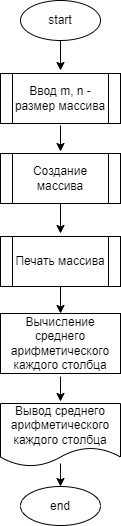
The draw.io diagram HW9/Ex68/diagram.drawio.png in SboevaTatiana/HW_1, before a commit. Source tidied: cells renumbered, new cells last; positions are measured from the earlier drawing's top-left corner, leaving out a move shared by most shapes. Source of this version:
```xml
<mxGraphModel>
  <root>
    <mxCell id="0" />
    <mxCell id="1" parent="0" />
    <mxCell id="2" style="edgeStyle=orthogonalEdgeStyle;rounded=0;jettySize=auto;html=1;" parent="1" edge="1" source="3">
      <mxGeometry relative="1" as="geometry">
        <mxPoint x="60" y="70" as="targetPoint" />
      </mxGeometry>
    </mxCell>
    <mxCell id="3" value="start" style="ellipse;whiteSpace=wrap;html=1;" parent="1" vertex="1">
      <mxGeometry x="20" width="80" height="40" as="geometry" />
    </mxCell>
    <mxCell id="4" style="edgeStyle=orthogonalEdgeStyle;rounded=0;orthogonalLoop=1;jettySize=auto;html=1;" parent="1" edge="1">
      <mxGeometry relative="1" as="geometry">
        <mxPoint x="60" y="125" as="sourcePoint" />
        <mxPoint x="60" y="151" as="targetPoint" />
      </mxGeometry>
    </mxCell>
    <mxCell id="5" style="edgeStyle=orthogonalEdgeStyle;rounded=0;jettySize=auto;html=1;" parent="1" edge="1" target="6">
      <mxGeometry relative="1" as="geometry">
        <mxPoint x="60" y="463" as="sourcePoint" />
        <Array as="points">
          <mxPoint x="60" y="473" />
          <mxPoint x="60" y="473" />
        </Array>
      </mxGeometry>
    </mxCell>
    <mxCell id="6" value="end" style="ellipse;whiteSpace=wrap;html=1;" parent="1" vertex="1">
      <mxGeometry x="20" y="486" width="80" height="39" as="geometry" />
    </mxCell>
    <mxCell id="7" style="edgeStyle=none;html=1;" parent="1" edge="1">
      <mxGeometry relative="1" as="geometry">
        <mxPoint x="60" y="376" as="sourcePoint" />
        <mxPoint x="60" y="401" as="targetPoint" />
      </mxGeometry>
    </mxCell>
    <mxCell id="8" value="Ввод m, n - размер массива" style="shape=process;whiteSpace=wrap;html=1;backgroundOutline=1;" parent="1" vertex="1">
      <mxGeometry y="73" width="120" height="50" as="geometry" />
    </mxCell>
    <mxCell id="9" style="edgeStyle=none;html=1;" parent="1" edge="1" source="10">
      <mxGeometry relative="1" as="geometry">
        <mxPoint x="60" y="233" as="targetPoint" />
      </mxGeometry>
    </mxCell>
    <mxCell id="10" value="Создание массива" style="shape=process;whiteSpace=wrap;html=1;backgroundOutline=1;" parent="1" vertex="1">
      <mxGeometry y="153" width="120" height="50" as="geometry" />
    </mxCell>
    <mxCell id="11" style="edgeStyle=none;html=1;entryX=0.5;entryY=0;entryDx=0;entryDy=0;" parent="1" edge="1" source="12" target="14">
      <mxGeometry relative="1" as="geometry" />
    </mxCell>
    <mxCell id="12" value="Печать массива" style="shape=process;whiteSpace=wrap;html=1;backgroundOutline=1;" parent="1" vertex="1">
      <mxGeometry y="236" width="120" height="50" as="geometry" />
    </mxCell>
    <mxCell id="13" value="Вывод среднего арифметического каждого столбца" style="shape=document;whiteSpace=wrap;html=1;boundedLbl=1;" parent="1" vertex="1">
      <mxGeometry y="403" width="120" height="63" as="geometry" />
    </mxCell>
    <mxCell id="14" value="Вычисление среднего арифметического каждого столбца" style="rounded=0;whiteSpace=wrap;html=1;" parent="1" vertex="1">
      <mxGeometry y="313" width="120" height="60" as="geometry" />
    </mxCell>
  </root>
</mxGraphModel>
```
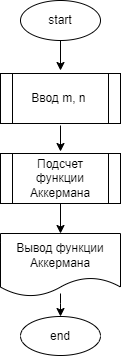
The same file after the commit.

Change to the diagram source:
```diff
@@ -18,23 +18,17 @@
     </mxCell>
     <mxCell id="5" style="edgeStyle=orthogonalEdgeStyle;rounded=0;jettySize=auto;html=1;" parent="1" edge="1" target="6">
       <mxGeometry relative="1" as="geometry">
-        <mxPoint x="60" y="463" as="sourcePoint" />
+        <mxPoint x="60" y="293" as="sourcePoint" />
         <Array as="points">
-          <mxPoint x="60" y="473" />
-          <mxPoint x="60" y="473" />
+          <mxPoint x="60" y="303" />
+          <mxPoint x="60" y="303" />
         </Array>
       </mxGeometry>
     </mxCell>
     <mxCell id="6" value="end" style="ellipse;whiteSpace=wrap;html=1;" parent="1" vertex="1">
-      <mxGeometry x="20" y="486" width="80" height="39" as="geometry" />
+      <mxGeometry x="20" y="316" width="80" height="39" as="geometry" />
     </mxCell>
-    <mxCell id="7" style="edgeStyle=none;html=1;" parent="1" edge="1">
-      <mxGeometry relative="1" as="geometry">
-        <mxPoint x="60" y="376" as="sourcePoint" />
-        <mxPoint x="60" y="401" as="targetPoint" />
-      </mxGeometry>
-    </mxCell>
-    <mxCell id="8" value="Ввод m, n - размер массива" style="shape=process;whiteSpace=wrap;html=1;backgroundOutline=1;" parent="1" vertex="1">
+    <mxCell id="8" value="Ввод m, n&amp;nbsp;" style="shape=process;whiteSpace=wrap;html=1;backgroundOutline=1;" parent="1" vertex="1">
       <mxGeometry y="73" width="120" height="50" as="geometry" />
     </mxCell>
     <mxCell id="9" style="edgeStyle=none;html=1;" parent="1" edge="1" source="10">
@@ -42,20 +36,11 @@
         <mxPoint x="60" y="233" as="targetPoint" />
       </mxGeometry>
     </mxCell>
-    <mxCell id="10" value="Создание массива" style="shape=process;whiteSpace=wrap;html=1;backgroundOutline=1;" parent="1" vertex="1">
+    <mxCell id="10" value="Подсчет функции Аккермана" style="shape=process;whiteSpace=wrap;html=1;backgroundOutline=1;" parent="1" vertex="1">
       <mxGeometry y="153" width="120" height="50" as="geometry" />
     </mxCell>
-    <mxCell id="11" style="edgeStyle=none;html=1;entryX=0.5;entryY=0;entryDx=0;entryDy=0;" parent="1" edge="1" source="12" target="14">
-      <mxGeometry relative="1" as="geometry" />
-    </mxCell>
-    <mxCell id="12" value="Печать массива" style="shape=process;whiteSpace=wrap;html=1;backgroundOutline=1;" parent="1" vertex="1">
-      <mxGeometry y="236" width="120" height="50" as="geometry" />
-    </mxCell>
-    <mxCell id="13" value="Вывод среднего арифметического каждого столбца" style="shape=document;whiteSpace=wrap;html=1;boundedLbl=1;" parent="1" vertex="1">
-      <mxGeometry y="403" width="120" height="63" as="geometry" />
+    <mxCell id="13" value="Вывод функции Аккермана" style="shape=document;whiteSpace=wrap;html=1;boundedLbl=1;" parent="1" vertex="1">
+      <mxGeometry y="233" width="120" height="63" as="geometry" />
     </mxCell>
-    <mxCell id="14" value="Вычисление среднего арифметического каждого столбца" style="rounded=0;whiteSpace=wrap;html=1;" parent="1" vertex="1">
-      <mxGeometry y="313" width="120" height="60" as="geometry" />
-    </mxCell>
   </root>
 </mxGraphModel>
```
